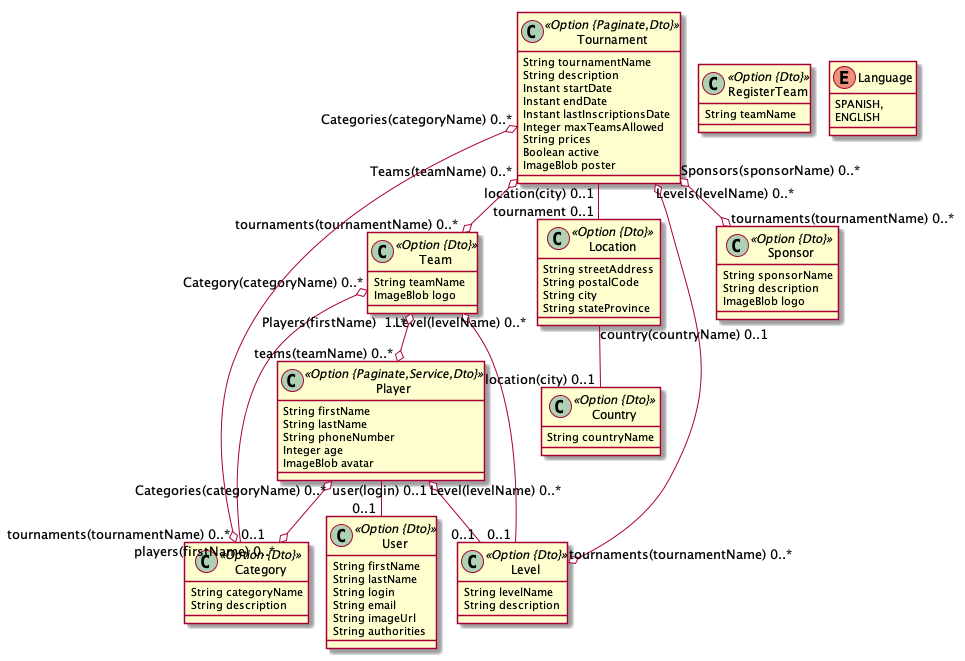
This is padel-tm-app-gpt.png from jjsanbra/padelTMApp, a PlantUML export, as it was before one commit.
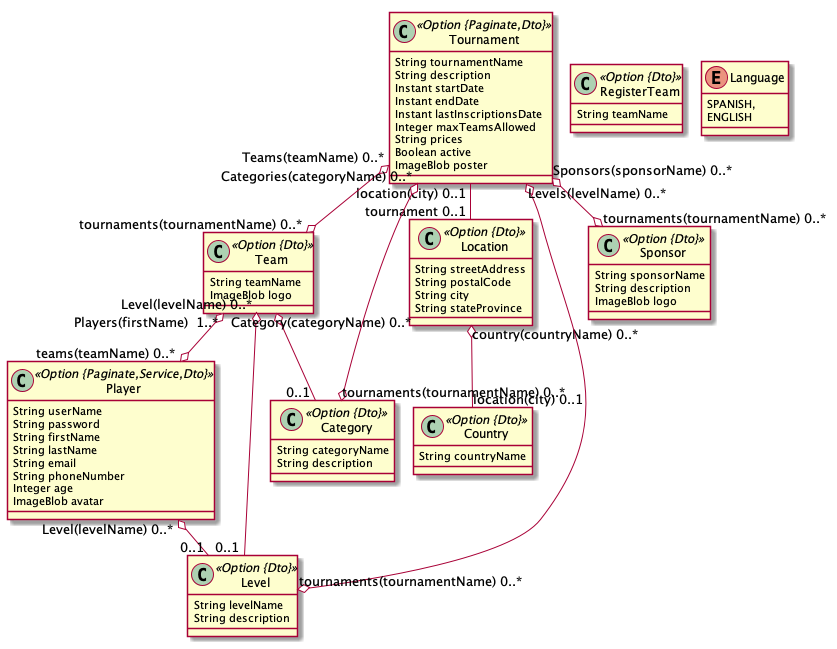
The same diagram one commit later.

Diff of the diagram source:
```diff
@@ -13,8 +13,11 @@
 		ImageBlob poster
 	}
 	class Player <<Option {Paginate,Service,Dto}>> {
+		String userName
+		String password
 		String firstName
 		String lastName
+		String email
 		String phoneNumber
 		Integer age
 		ImageBlob avatar
@@ -53,23 +56,13 @@
 		ENGLISH
 	}
 	Tournament  "location(city) 0..1 " -- "tournament 0..1 "  Location
-	Location  "country(countryName) 0..1 " -- "location(city) 0..1 "  Country
-	Player  "user(login) 0..1 " -- "0..1 "  User
 	Player  "Level(levelName) 0..* " o-- "0..1 "  Level
 	Team  "Level(levelName) 0..* " o-- "0..1 "  Level
 	Team  "Category(categoryName) 0..* " o-- "0..1 "  Category
+	Location  "country(countryName) 0..* " o-- "location(city) 0..1 "  Country
 	Tournament  "Sponsors(sponsorName) 0..* " o--o "tournaments(tournamentName) 0..* "  Sponsor
 	Tournament  "Teams(teamName) 0..* " o--o "tournaments(tournamentName) 0..* "  Team
 	Tournament  "Categories(categoryName) 0..* " o--o "tournaments(tournamentName) 0..* "  Category
 	Tournament  "Levels(levelName) 0..* " o--o "tournaments(tournamentName) 0..* "  Level
 	Team  "Players(firstName)  1..* " o--o "teams(teamName) 0..* "  Player
-	Player  "Categories(categoryName) 0..* " o--o "players(firstName) 0..* "  Category
-	class User <<Option {Dto}>> {
-		String firstName
-		String lastName
-		String login
-		String email
-		String imageUrl
-		String authorities
-	}
 @enduml
```
